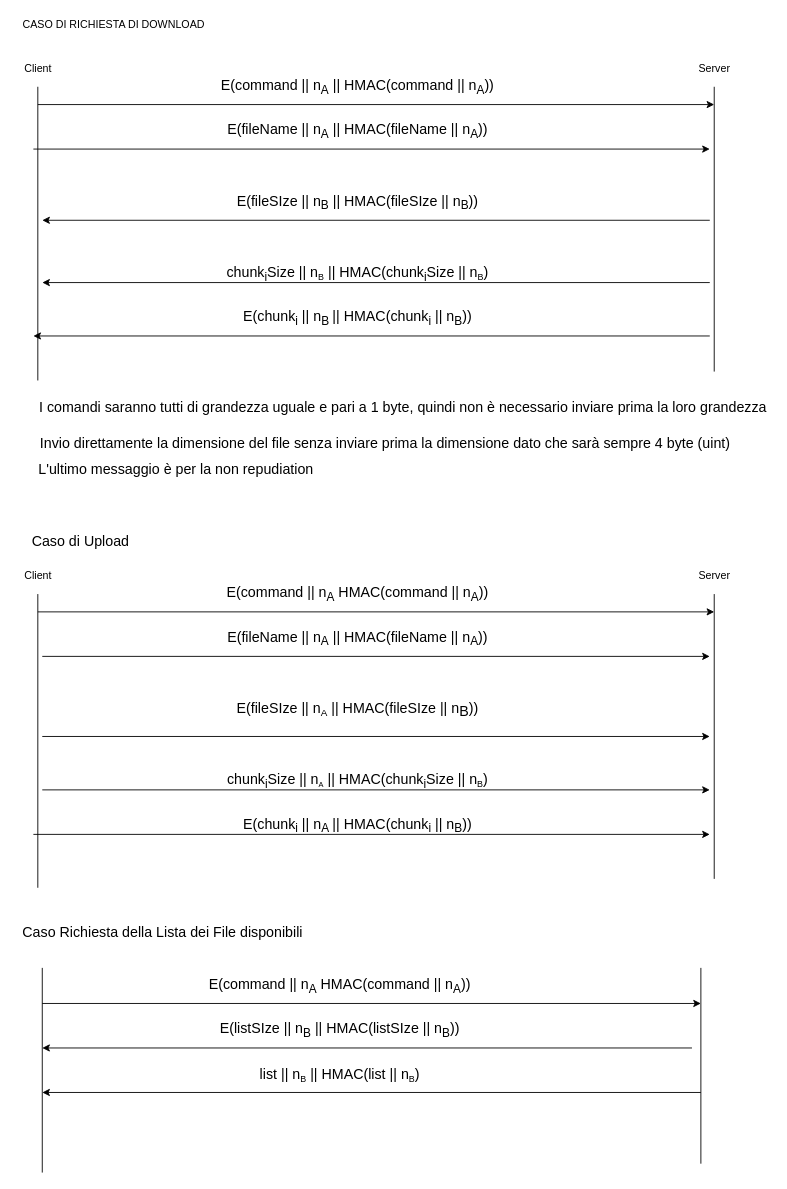
Earlier version of the draw.io diagram schemes/SecondPhase.drawio (fontanellileonardo/Secure-File-Transfer). Source tidied: cells renumbered, new cells numbered last; positions are measured from the earlier drawing's top-left corner, leaving out a move shared by most shapes. Both pictures are drawn from the tidied source at 89%, with x=0, y=0 at pixel (15, 15).
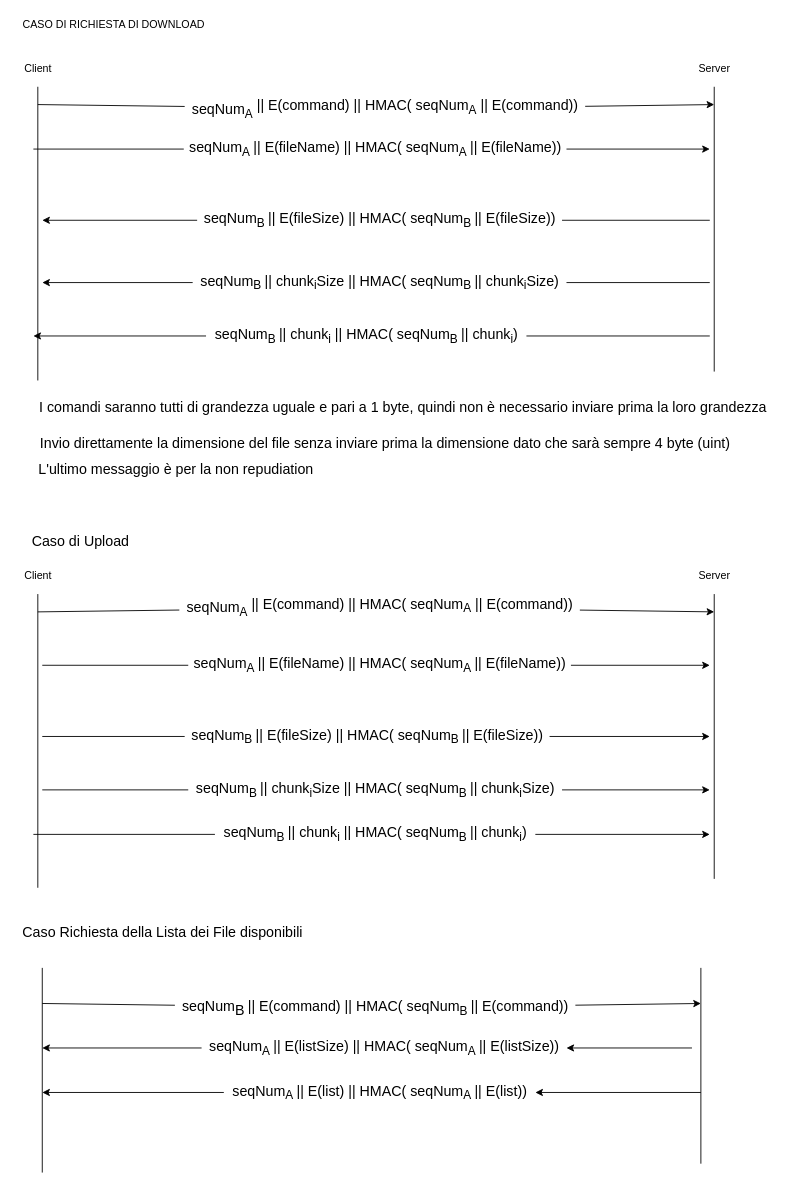
Above is the later version.

Commit message:
Aggioranto schema seconda fase

The edit, as a diff of the source:
```diff
@@
-    <mxCell id="6" style="endArrow=classic;html=1;" parent="1" edge="1">
+    <mxCell id="6" style="endArrow=classic;html=1;" parent="1" edge="1" source="7">
       <mxGeometry relative="1" as="geometry">
-        <mxPoint x="25" y="100" as="sourcePoint" />
         <mxPoint x="785" y="100" as="targetPoint" />
       </mxGeometry>
     </mxCell>
-    <mxCell id="7" value="&lt;font style=&quot;font-size: 16px&quot;&gt;E(command || n&lt;sub&gt;A&lt;/sub&gt;&amp;nbsp;|| HMAC(command || n&lt;sub&gt;A&lt;/sub&gt;))&lt;/font&gt;" style="text;html=1;align=center;verticalAlign=middle;points=[];" parent="1" vertex="1">
-      <mxGeometry x="224" y="70" width="320" height="20" as="geometry" />
-    </mxCell>
@@
-    <mxCell id="10" style="endArrow=classic;html=1;" parent="1" edge="1">
+    <mxCell id="10" style="endArrow=classic;html=1;" parent="1" edge="1" source="44">
       <mxGeometry relative="1" as="geometry">
-        <mxPoint x="20" y="150" as="sourcePoint" />
         <mxPoint x="780" y="150" as="targetPoint" />
       </mxGeometry>
     </mxCell>
-    <mxCell id="11" value="&lt;font style=&quot;font-size: 16px&quot;&gt;E(fileName || n&lt;sub&gt;A&lt;/sub&gt; || HMAC(fileName || n&lt;sub&gt;A&lt;/sub&gt;))&lt;/font&gt;" style="text;html=1;align=center;verticalAlign=middle;" parent="1" vertex="1">
-      <mxGeometry x="229" y="120" width="310" height="20" as="geometry" />
-    </mxCell>
-    <mxCell id="12" style="endArrow=classic;html=1;" parent="1" edge="1">
+    <mxCell id="12" style="endArrow=classic;html=1;" parent="1" edge="1" source="47">
       <mxGeometry relative="1" as="geometry">
-        <mxPoint x="780" y="230" as="sourcePoint" />
         <mxPoint x="30" y="230" as="targetPoint" />
       </mxGeometry>
     </mxCell>
-    <mxCell id="13" value="&lt;font style=&quot;font-size: 16px&quot;&gt;E(fileSIze || n&lt;sub&gt;B&lt;/sub&gt; || HMAC(fileSIze || n&lt;sub&gt;B&lt;/sub&gt;))&lt;/font&gt;" style="text;html=1;align=center;verticalAlign=middle;" parent="1" vertex="1">
-      <mxGeometry x="239" y="200" width="290" height="20" as="geometry" />
-    </mxCell>
@@
-    <mxCell id="15" style="endArrow=none;html=1;endFill=0;startArrow=classic;startFill=1;" parent="1" edge="1">
+    <mxCell id="15" style="endArrow=none;html=1;endFill=0;startArrow=none;startFill=0;" parent="1" edge="1" source="49">
       <mxGeometry relative="1" as="geometry">
-        <mxPoint x="30" y="300" as="sourcePoint" />
         <mxPoint x="780" y="300" as="targetPoint" />
       </mxGeometry>
     </mxCell>
-    <mxCell id="16" value="&lt;font size=&quot;3&quot;&gt;chunk&lt;sub&gt;i&lt;/sub&gt;Size&amp;nbsp;&lt;/font&gt;&lt;span style=&quot;font-size: 16px&quot;&gt;|| n&lt;/span&gt;&lt;sub&gt;B&lt;/sub&gt;&lt;font size=&quot;3&quot;&gt;&amp;nbsp;|| HMAC(&lt;/font&gt;&lt;font size=&quot;3&quot;&gt;chunk&lt;sub&gt;i&lt;/sub&gt;Size&amp;nbsp;&lt;/font&gt;&lt;span style=&quot;font-size: 16px&quot;&gt;|| n&lt;/span&gt;&lt;sub&gt;B&lt;/sub&gt;&lt;font size=&quot;3&quot;&gt;)&lt;/font&gt;" style="text;html=1;align=center;verticalAlign=middle;" parent="1" vertex="1">
-      <mxGeometry x="229" y="280" width="310" height="20" as="geometry" />
-    </mxCell>
-    <mxCell id="17" value="&lt;font style=&quot;font-size: 16px&quot;&gt;E(chunk&lt;sub&gt;i&lt;/sub&gt;&amp;nbsp;|| n&lt;sub&gt;B &lt;/sub&gt;|| HMAC(chunk&lt;sub&gt;i&lt;/sub&gt;&amp;nbsp;|| n&lt;sub&gt;B&lt;/sub&gt;))&lt;/font&gt;" style="text;html=1;align=center;verticalAlign=middle;" parent="1" vertex="1">
-      <mxGeometry x="249" y="330" width="270" height="20" as="geometry" />
-    </mxCell>
-    <mxCell id="18" style="endArrow=classic;html=1;" parent="1" edge="1">
+    <mxCell id="18" style="endArrow=classic;html=1;" parent="1" edge="1" source="51">
       <mxGeometry relative="1" as="geometry">
-        <mxPoint x="780" y="360" as="sourcePoint" />
         <mxPoint x="20" y="360" as="targetPoint" />
       </mxGeometry>
     </mxCell>
@@
-    <mxCell id="25" style="endArrow=classic;html=1;" parent="1" edge="1">
+    <mxCell id="25" style="endArrow=classic;html=1;" parent="1" edge="1" source="53">
       <mxGeometry relative="1" as="geometry">
-        <mxPoint x="25" y="670" as="sourcePoint" />
         <mxPoint x="785" y="670" as="targetPoint" />
       </mxGeometry>
     </mxCell>
-    <mxCell id="26" value="&lt;font style=&quot;font-size: 16px&quot;&gt;E(command || n&lt;sub&gt;A&lt;/sub&gt; HMAC(command || n&lt;sub&gt;A&lt;/sub&gt;))&lt;/font&gt;" style="text;html=1;align=center;verticalAlign=middle;" parent="1" vertex="1">
-      <mxGeometry x="229" y="640" width="310" height="20" as="geometry" />
-    </mxCell>
-    <mxCell id="27" style="endArrow=classic;html=1;" parent="1" edge="1">
+    <mxCell id="27" style="endArrow=classic;html=1;" parent="1" edge="1" source="55">
       <mxGeometry relative="1" as="geometry">
-        <mxPoint x="30" y="720" as="sourcePoint" />
-        <mxPoint x="780" y="720" as="targetPoint" />
+        <mxPoint x="780" y="730" as="targetPoint" />
       </mxGeometry>
     </mxCell>
-    <mxCell id="28" value="&lt;font style=&quot;font-size: 16px&quot;&gt;E(fileName || n&lt;sub&gt;A&lt;/sub&gt; || HMAC(fileName || n&lt;sub&gt;A&lt;/sub&gt;))&lt;/font&gt;" style="text;html=1;align=center;verticalAlign=middle;" parent="1" vertex="1">
-      <mxGeometry x="229" y="690" width="310" height="20" as="geometry" />
-    </mxCell>
-    <mxCell id="29" value="&lt;font style=&quot;font-size: 16px&quot;&gt;E(fileSIze || n&lt;/font&gt;&lt;font style=&quot;font-size: 13.3333px&quot;&gt;&lt;sub&gt;A&lt;/sub&gt;&lt;/font&gt;&lt;font&gt;&lt;span style=&quot;font-size: 16px&quot;&gt;&amp;nbsp;|| HMAC(fileSIze || n&lt;/span&gt;&lt;sub style=&quot;font-size: 16px&quot;&gt;B&lt;/sub&gt;&lt;span style=&quot;font-size: 16px&quot;&gt;))&lt;/span&gt;&lt;/font&gt;" style="text;html=1;align=center;verticalAlign=middle;" parent="1" vertex="1">
-      <mxGeometry x="239" y="770" width="290" height="20" as="geometry" />
-    </mxCell>
-    <mxCell id="30" style="endArrow=classic;html=1;endFill=1;startArrow=none;startFill=0;" parent="1" edge="1">
+    <mxCell id="30" style="endArrow=classic;html=1;endFill=1;startArrow=none;startFill=0;" parent="1" edge="1" source="59">
       <mxGeometry relative="1" as="geometry">
-        <mxPoint x="30" y="870" as="sourcePoint" />
         <mxPoint x="780" y="870" as="targetPoint" />
       </mxGeometry>
     </mxCell>
-    <mxCell id="31" value="&lt;font size=&quot;3&quot;&gt;chunk&lt;sub&gt;i&lt;/sub&gt;Size&amp;nbsp;&lt;/font&gt;&lt;span style=&quot;font-size: 16px&quot;&gt;|| n&lt;/span&gt;&lt;span style=&quot;font-size: 10px&quot;&gt;&lt;sub&gt;A&lt;/sub&gt;&lt;/span&gt;&lt;font size=&quot;3&quot;&gt;&amp;nbsp;|| HMAC(&lt;/font&gt;&lt;font size=&quot;3&quot;&gt;chunk&lt;sub&gt;i&lt;/sub&gt;Size&amp;nbsp;&lt;/font&gt;&lt;span style=&quot;font-size: 16px&quot;&gt;|| n&lt;/span&gt;&lt;sub&gt;B&lt;/sub&gt;&lt;font size=&quot;3&quot;&gt;)&lt;/font&gt;" style="text;html=1;align=center;verticalAlign=middle;" parent="1" vertex="1">
-      <mxGeometry x="229" y="845" width="310" height="30" as="geometry" />
-    </mxCell>
-    <mxCell id="32" value="&lt;font style=&quot;font-size: 16px&quot;&gt;E(chunk&lt;sub&gt;i&lt;/sub&gt;&amp;nbsp;|| n&lt;sub&gt;A&amp;nbsp;&lt;/sub&gt;|| HMAC(chunk&lt;sub&gt;i&lt;/sub&gt;&amp;nbsp;|| n&lt;sub&gt;B&lt;/sub&gt;))&lt;/font&gt;" style="text;html=1;align=center;verticalAlign=middle;" parent="1" vertex="1">
-      <mxGeometry x="249" y="900" width="270" height="20" as="geometry" />
-    </mxCell>
-    <mxCell id="33" style="endArrow=classic;html=1;fontSize=16;" parent="1" edge="1">
+    <mxCell id="33" style="endArrow=classic;html=1;fontSize=16;" parent="1" edge="1" source="61">
       <mxGeometry relative="1" as="geometry">
-        <mxPoint x="20" y="920" as="sourcePoint" />
         <mxPoint x="780" y="920" as="targetPoint" />
       </mxGeometry>
     </mxCell>
-    <mxCell id="34" style="endArrow=classic;html=1;fontSize=16;" parent="1" edge="1">
+    <mxCell id="34" style="endArrow=classic;html=1;fontSize=16;" parent="1" edge="1" source="57">
       <mxGeometry relative="1" as="geometry">
-        <mxPoint x="30" y="810" as="sourcePoint" />
         <mxPoint x="780" y="810" as="targetPoint" />
       </mxGeometry>
     </mxCell>
@@
-    <mxCell id="38" value="&lt;font style=&quot;font-size: 16px&quot;&gt;E(command || n&lt;sub&gt;A&lt;/sub&gt; HMAC(command || n&lt;sub&gt;A&lt;/sub&gt;))&lt;/font&gt;" style="text;html=1;align=center;verticalAlign=middle;" parent="1" vertex="1">
-      <mxGeometry x="209" y="1080" width="310" height="20" as="geometry" />
-    </mxCell>
-    <mxCell id="39" style="endArrow=classic;html=1;fontSize=16;" parent="1" edge="1">
+    <mxCell id="39" style="endArrow=classic;html=1;fontSize=16;" parent="1" edge="1" source="63">
       <mxGeometry relative="1" as="geometry">
-        <mxPoint x="30" y="1110" as="sourcePoint" />
         <mxPoint x="770" y="1110" as="targetPoint" />
       </mxGeometry>
     </mxCell>
-    <mxCell id="40" value="&lt;font style=&quot;font-size: 16px&quot;&gt;E(listSIze || n&lt;sub&gt;B&lt;/sub&gt; || HMAC(listSIze || n&lt;sub&gt;B&lt;/sub&gt;))&lt;/font&gt;" style="text;html=1;align=center;verticalAlign=middle;" parent="1" vertex="1">
-      <mxGeometry x="224" y="1130" width="280" height="20" as="geometry" />
-    </mxCell>
-    <mxCell id="41" value="&lt;font size=&quot;3&quot;&gt;list&amp;nbsp;&lt;/font&gt;&lt;span style=&quot;font-size: 16px&quot;&gt;|| n&lt;/span&gt;&lt;sub&gt;B&lt;/sub&gt;&lt;font size=&quot;3&quot;&gt;&amp;nbsp;|| HMAC(list&lt;/font&gt;&lt;font size=&quot;3&quot;&gt;&amp;nbsp;&lt;/font&gt;&lt;span style=&quot;font-size: 16px&quot;&gt;|| n&lt;/span&gt;&lt;sub&gt;B&lt;/sub&gt;&lt;font size=&quot;3&quot;&gt;)&lt;/font&gt;" style="text;html=1;align=center;verticalAlign=middle;" parent="1" vertex="1">
-      <mxGeometry x="264" y="1180" width="200" height="20" as="geometry" />
-    </mxCell>
-    <mxCell id="42" style="endArrow=classic;html=1;fontSize=16;" parent="1" edge="1">
+    <mxCell id="42" style="endArrow=classic;html=1;fontSize=16;" parent="1" edge="1" source="65">
       <mxGeometry relative="1" as="geometry">
-        <mxPoint x="760" y="1160" as="sourcePoint" />
         <mxPoint x="30" y="1160" as="targetPoint" />
       </mxGeometry>
     </mxCell>
-    <mxCell id="43" style="endArrow=classic;html=1;fontSize=16;" parent="1" edge="1">
+    <mxCell id="43" style="endArrow=classic;html=1;fontSize=16;" parent="1" edge="1" source="67">
       <mxGeometry relative="1" as="geometry">
-        <mxPoint x="770" y="1210" as="sourcePoint" />
         <mxPoint x="30" y="1210" as="targetPoint" />
       </mxGeometry>
     </mxCell>
+    <mxCell id="44" value="&lt;font style=&quot;font-size: 16px&quot;&gt;&lt;span style=&quot;font-size: medium&quot;&gt;seqNum&lt;/span&gt;&lt;sub&gt;A&lt;/sub&gt;&lt;sub&gt;&amp;nbsp;&lt;/sub&gt;|| E(fileName) ||&amp;nbsp;HMAC(&amp;nbsp;&lt;span style=&quot;font-size: medium&quot;&gt;seqNum&lt;/span&gt;&lt;sub&gt;A&lt;/sub&gt;&lt;sub&gt;&amp;nbsp;&lt;/sub&gt;|| E(fileName))&lt;/font&gt;" style="text;html=1;align=center;verticalAlign=middle;points=[];" parent="1" vertex="1">
+      <mxGeometry x="189" y="140" width="430" height="20" as="geometry" />
+    </mxCell>
+    <mxCell id="45" style="endArrow=none;html=1;endFill=0;" parent="1" edge="1" target="44">
+      <mxGeometry relative="1" as="geometry">
+        <mxPoint x="20" y="150" as="sourcePoint" />
+      </mxGeometry>
+    </mxCell>
+    <mxCell id="7" value="&lt;font&gt;&lt;sub&gt;&lt;font size=&quot;3&quot;&gt;seqNum&lt;sub&gt;A&lt;/sub&gt; &lt;/font&gt;&lt;/sub&gt;&lt;font size=&quot;3&quot;&gt;|| E(command) ||&amp;nbsp;&lt;/font&gt;&lt;font&gt;&lt;font size=&quot;3&quot;&gt;HMAC(&amp;nbsp;&lt;/font&gt;&lt;span style=&quot;font-size: medium&quot;&gt;seqNum&lt;/span&gt;&lt;span style=&quot;font-size: 16px&quot;&gt;&lt;sub&gt;A&lt;/sub&gt;&lt;/span&gt;&lt;sub style=&quot;font-size: 16px&quot;&gt; &lt;/sub&gt;&lt;font size=&quot;3&quot;&gt;|| E(command))&lt;/font&gt;&lt;/font&gt;&lt;/font&gt;" style="text;html=1;align=center;verticalAlign=middle;points=[];" parent="1" vertex="1">
+      <mxGeometry x="190" y="90" width="450" height="30" as="geometry" />
+    </mxCell>
+    <mxCell id="46" style="endArrow=none;html=1;endFill=0;" parent="1" edge="1" target="7">
+      <mxGeometry relative="1" as="geometry">
+        <mxPoint x="25" y="100" as="sourcePoint" />
+      </mxGeometry>
+    </mxCell>
+    <mxCell id="47" value="&lt;font style=&quot;font-size: 16px&quot;&gt;seqNum&lt;sub&gt;B&lt;/sub&gt;&lt;sub&gt;&amp;nbsp;&lt;/sub&gt;|| E(fileSize) ||&amp;nbsp;HMAC(&amp;nbsp;seqNum&lt;sub&gt;B&lt;/sub&gt;&lt;sub&gt;&amp;nbsp;&lt;/sub&gt;|| E(fileSize))&lt;/font&gt;" style="text;html=1;align=center;verticalAlign=middle;points=[];" parent="1" vertex="1">
+      <mxGeometry x="204" y="220" width="410" height="20" as="geometry" />
+    </mxCell>
+    <mxCell id="48" style="endArrow=none;html=1;endFill=0;" parent="1" edge="1" target="47">
+      <mxGeometry relative="1" as="geometry">
+        <mxPoint x="780" y="230" as="sourcePoint" />
+      </mxGeometry>
+    </mxCell>
+    <mxCell id="49" value="&lt;font style=&quot;font-size: 16px&quot;&gt;&lt;span style=&quot;font-size: medium&quot;&gt;seqNum&lt;/span&gt;&lt;sub&gt;B&lt;/sub&gt;&lt;sub&gt;&amp;nbsp;&lt;/sub&gt;|| chunk&lt;sub&gt;i&lt;/sub&gt;Size ||&amp;nbsp;HMAC(&amp;nbsp;&lt;span style=&quot;font-size: medium&quot;&gt;seqNum&lt;/span&gt;&lt;sub&gt;B&lt;/sub&gt;&lt;sub&gt;&amp;nbsp;&lt;/sub&gt;||&amp;nbsp;chunk&lt;sub&gt;i&lt;/sub&gt;Size)&lt;/font&gt;" style="text;html=1;align=center;verticalAlign=middle;points=[];" parent="1" vertex="1">
+      <mxGeometry x="199" y="290" width="420" height="20" as="geometry" />
+    </mxCell>
+    <mxCell id="50" style="endArrow=none;html=1;endFill=0;startArrow=classic;startFill=1;" parent="1" edge="1" target="49">
+      <mxGeometry relative="1" as="geometry">
+        <mxPoint x="30" y="300" as="sourcePoint" />
+      </mxGeometry>
+    </mxCell>
+    <mxCell id="51" value="&lt;font style=&quot;font-size: 16px&quot;&gt;seqNum&lt;sub&gt;B&lt;/sub&gt;&lt;sub&gt;&amp;nbsp;&lt;/sub&gt;|| chunk&lt;sub&gt;i&lt;/sub&gt;&amp;nbsp;||&amp;nbsp;HMAC(&amp;nbsp;seqNum&lt;sub&gt;B&lt;/sub&gt;&lt;sub&gt;&amp;nbsp;&lt;/sub&gt;||&amp;nbsp;chunk&lt;sub&gt;i&lt;/sub&gt;)&lt;/font&gt;" style="text;html=1;align=center;verticalAlign=middle;points=[];" parent="1" vertex="1">
+      <mxGeometry x="214" y="350" width="360" height="20" as="geometry" />
+    </mxCell>
+    <mxCell id="52" style="endArrow=none;html=1;endFill=0;" parent="1" edge="1" target="51">
+      <mxGeometry relative="1" as="geometry">
+        <mxPoint x="780" y="360" as="sourcePoint" />
+      </mxGeometry>
+    </mxCell>
+    <mxCell id="53" value="&lt;sub&gt;&lt;font size=&quot;3&quot;&gt;seqNum&lt;sub&gt;A&lt;/sub&gt;&amp;nbsp;&lt;/font&gt;&lt;/sub&gt;&lt;font size=&quot;3&quot;&gt;|| E(command) ||&amp;nbsp;&lt;/font&gt;&lt;font size=&quot;3&quot;&gt;HMAC(&amp;nbsp;&lt;/font&gt;&lt;span style=&quot;font-size: medium&quot;&gt;seqNum&lt;/span&gt;&lt;span style=&quot;font-size: 16px&quot;&gt;&lt;sub&gt;A&lt;/sub&gt;&lt;/span&gt;&lt;sub style=&quot;font-size: 16px&quot;&gt;&amp;nbsp;&lt;/sub&gt;&lt;font size=&quot;3&quot;&gt;|| E(command))&lt;/font&gt;" style="text;html=1;align=center;verticalAlign=middle;points=[];" parent="1" vertex="1">
+      <mxGeometry x="184" y="650" width="450" height="30" as="geometry" />
+    </mxCell>
+    <mxCell id="54" style="endArrow=none;html=1;endFill=0;" parent="1" edge="1" target="53">
+      <mxGeometry relative="1" as="geometry">
+        <mxPoint x="25" y="670" as="sourcePoint" />
+      </mxGeometry>
+    </mxCell>
+    <mxCell id="55" value="&lt;font style=&quot;font-size: 16px&quot;&gt;&lt;span style=&quot;font-size: medium&quot;&gt;seqNum&lt;/span&gt;&lt;sub&gt;A&lt;/sub&gt;&lt;sub&gt;&amp;nbsp;&lt;/sub&gt;|| E(fileName) ||&amp;nbsp;HMAC(&amp;nbsp;&lt;span style=&quot;font-size: medium&quot;&gt;seqNum&lt;/span&gt;&lt;sub&gt;A&lt;/sub&gt;&lt;sub&gt;&amp;nbsp;&lt;/sub&gt;|| E(fileName))&lt;/font&gt;" style="text;html=1;align=center;verticalAlign=middle;points=[];" parent="1" vertex="1">
+      <mxGeometry x="194" y="720" width="430" height="20" as="geometry" />
+    </mxCell>
+    <mxCell id="56" style="endArrow=none;html=1;endFill=0;" parent="1" edge="1" target="55">
+      <mxGeometry relative="1" as="geometry">
+        <mxPoint x="30" y="730" as="sourcePoint" />
+      </mxGeometry>
+    </mxCell>
+    <mxCell id="57" value="&lt;font style=&quot;font-size: 16px&quot;&gt;seqNum&lt;sub&gt;B&lt;/sub&gt;&lt;sub&gt;&amp;nbsp;&lt;/sub&gt;|| E(fileSize) ||&amp;nbsp;HMAC(&amp;nbsp;seqNum&lt;sub&gt;B&lt;/sub&gt;&lt;sub&gt;&amp;nbsp;&lt;/sub&gt;|| E(fileSize))&lt;/font&gt;" style="text;html=1;align=center;verticalAlign=middle;points=[];" parent="1" vertex="1">
+      <mxGeometry x="190" y="800" width="410" height="20" as="geometry" />
+    </mxCell>
+    <mxCell id="58" style="endArrow=none;html=1;fontSize=16;endFill=0;" parent="1" edge="1" target="57">
+      <mxGeometry relative="1" as="geometry">
+        <mxPoint x="30" y="810" as="sourcePoint" />
+      </mxGeometry>
+    </mxCell>
+    <mxCell id="59" value="&lt;font style=&quot;font-size: 16px&quot;&gt;&lt;span style=&quot;font-size: medium&quot;&gt;seqNum&lt;/span&gt;&lt;sub&gt;B&lt;/sub&gt;&lt;sub&gt;&amp;nbsp;&lt;/sub&gt;|| chunk&lt;sub&gt;i&lt;/sub&gt;Size ||&amp;nbsp;HMAC(&amp;nbsp;&lt;span style=&quot;font-size: medium&quot;&gt;seqNum&lt;/span&gt;&lt;sub&gt;B&lt;/sub&gt;&lt;sub&gt;&amp;nbsp;&lt;/sub&gt;||&amp;nbsp;chunk&lt;sub&gt;i&lt;/sub&gt;Size)&lt;/font&gt;" style="text;html=1;align=center;verticalAlign=middle;points=[];" parent="1" vertex="1">
+      <mxGeometry x="194" y="860" width="420" height="20" as="geometry" />
+    </mxCell>
+    <mxCell id="60" style="endArrow=none;html=1;endFill=0;startArrow=none;startFill=0;" parent="1" edge="1" target="59">
+      <mxGeometry relative="1" as="geometry">
+        <mxPoint x="30" y="870" as="sourcePoint" />
+      </mxGeometry>
+    </mxCell>
+    <mxCell id="61" value="&lt;font style=&quot;font-size: 16px&quot;&gt;seqNum&lt;sub&gt;B&lt;/sub&gt;&lt;sub&gt;&amp;nbsp;&lt;/sub&gt;|| chunk&lt;sub&gt;i&lt;/sub&gt;&amp;nbsp;||&amp;nbsp;HMAC(&amp;nbsp;seqNum&lt;sub&gt;B&lt;/sub&gt;&lt;sub&gt;&amp;nbsp;&lt;/sub&gt;||&amp;nbsp;chunk&lt;sub&gt;i&lt;/sub&gt;)&lt;/font&gt;" style="text;html=1;align=center;verticalAlign=middle;points=[];" parent="1" vertex="1">
+      <mxGeometry x="224" y="910" width="360" height="20" as="geometry" />
+    </mxCell>
+    <mxCell id="62" style="endArrow=none;html=1;fontSize=16;endFill=0;" parent="1" edge="1" target="61">
+      <mxGeometry relative="1" as="geometry">
+        <mxPoint x="20" y="920" as="sourcePoint" />
+      </mxGeometry>
+    </mxCell>
+    <mxCell id="63" value="&lt;font style=&quot;font-size: 16px&quot;&gt;seqNum&lt;sub style=&quot;vertical-align: sub ; font-size: 16px&quot;&gt;B&lt;/sub&gt;&lt;sub&gt;&amp;nbsp;&lt;/sub&gt;|| E(command) ||&amp;nbsp;HMAC(&amp;nbsp;seqNum&lt;sub&gt;B&lt;/sub&gt;&lt;sub&gt;&amp;nbsp;&lt;/sub&gt;|| E(command))&lt;/font&gt;" style="text;html=1;align=center;verticalAlign=middle;points=[];" parent="1" vertex="1">
+      <mxGeometry x="179" y="1105" width="450" height="20" as="geometry" />
+    </mxCell>
+    <mxCell id="64" style="endArrow=none;html=1;fontSize=16;endFill=0;" parent="1" edge="1" target="63">
+      <mxGeometry relative="1" as="geometry">
+        <mxPoint x="30" y="1110" as="sourcePoint" />
+      </mxGeometry>
+    </mxCell>
+    <mxCell id="65" value="&lt;font style=&quot;font-size: 16px&quot;&gt;seqNum&lt;sub&gt;A&amp;nbsp;&lt;/sub&gt;|| E(listSize) ||&amp;nbsp;HMAC(&amp;nbsp;seqNum&lt;sub&gt;A&amp;nbsp;&lt;/sub&gt;|| E(listSize))&lt;/font&gt;" style="text;html=1;align=center;verticalAlign=middle;points=[];" parent="1" vertex="1">
+      <mxGeometry x="209" y="1150" width="410" height="20" as="geometry" />
+    </mxCell>
+    <mxCell id="66" style="endArrow=classic;html=1;fontSize=16;" parent="1" edge="1" target="65">
+      <mxGeometry relative="1" as="geometry">
+        <mxPoint x="760" y="1160" as="sourcePoint" />
+      </mxGeometry>
+    </mxCell>
+    <mxCell id="67" value="&lt;font style=&quot;font-size: 16px&quot;&gt;seqNum&lt;sub&gt;A&amp;nbsp;&lt;/sub&gt;|| E(list) ||&amp;nbsp;HMAC(&amp;nbsp;seqNum&lt;sub&gt;A&amp;nbsp;&lt;/sub&gt;|| E(list))&lt;/font&gt;" style="text;html=1;align=center;verticalAlign=middle;points=[];" parent="1" vertex="1">
+      <mxGeometry x="234" y="1200" width="350" height="20" as="geometry" />
+    </mxCell>
+    <mxCell id="68" style="endArrow=classic;html=1;fontSize=16;" parent="1" edge="1" target="67">
+      <mxGeometry relative="1" as="geometry">
+        <mxPoint x="770" y="1210" as="sourcePoint" />
+      </mxGeometry>
+    </mxCell>
```
